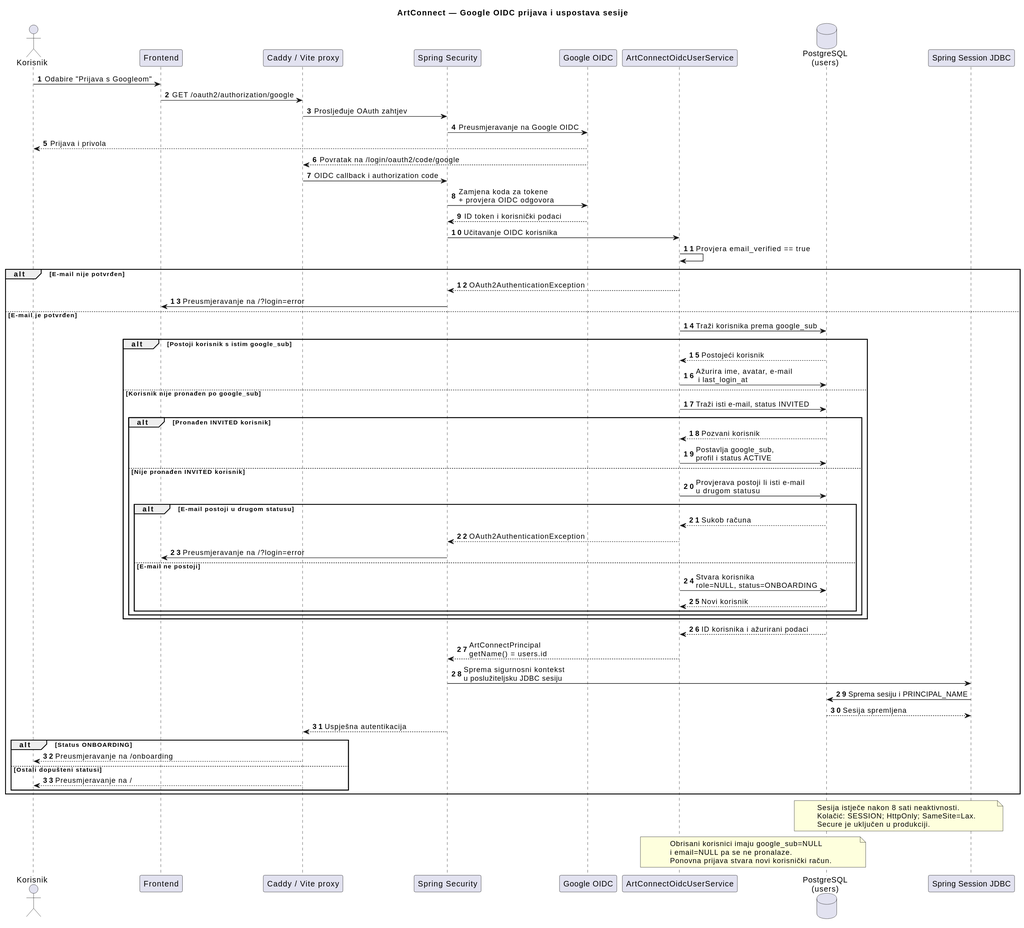
The PlantUML diagram docs/assets/diagrams/4-4-artconnect-google-login-SD.svg in LD05-fk/Strumfovi, before a commit. The source it was exported from:
```plantuml
@startuml
title ArtConnect — Google OIDC prijava i uspostava sesije

autonumber

actor "Korisnik" as User
participant "Frontend" as FE
participant "Caddy / Vite proxy" as Proxy
participant "Spring Security" as Security
participant "Google OIDC" as Google
participant "ArtConnectOidcUserService" as OidcService
database "PostgreSQL\n(users)" as DB
participant "Spring Session JDBC" as Session

User -> FE: Odabire "Prijava s Googleom"
FE -> Proxy: GET /oauth2/authorization/google
Proxy -> Security: Prosljeđuje OAuth zahtjev
Security -> Google: Preusmjeravanje na Google OIDC
Google --> User: Prijava i privola
Google --> Proxy: Povratak na /login/oauth2/code/google
Proxy -> Security: OIDC callback i authorization code
Security -> Google: Zamjena koda za tokene\n+ provjera OIDC odgovora
Google --> Security: ID token i korisnički podaci
Security -> OidcService: Učitavanje OIDC korisnika

OidcService -> OidcService: Provjera email_verified == true

alt E-mail nije potvrđen
    OidcService --> Security: OAuth2AuthenticationException
    Security -> FE: Preusmjeravanje na /?login=error
else E-mail je potvrđen
    OidcService -> DB: Traži korisnika prema google_sub
    alt Postoji korisnik s istim google_sub
        DB --> OidcService: Postojeći korisnik
        OidcService -> DB: Ažurira ime, avatar, e-mail\n i last_login_at
    else Korisnik nije pronađen po google_sub
        OidcService -> DB: Traži isti e-mail, status INVITED
        alt Pronađen INVITED korisnik
            DB --> OidcService: Pozvani korisnik
            OidcService -> DB: Postavlja google_sub,\nprofil i status ACTIVE
        else Nije pronađen INVITED korisnik
            OidcService -> DB: Provjerava postoji li isti e-mail\nu drugom statusu
            alt E-mail postoji u drugom statusu
                DB --> OidcService: Sukob računa
                OidcService --> Security: OAuth2AuthenticationException
                Security -> FE: Preusmjeravanje na /?login=error
            else E-mail ne postoji
                OidcService -> DB: Stvara korisnika\nrole=NULL, status=ONBOARDING
                DB --> OidcService: Novi korisnik
            end
        end
    end

    DB --> OidcService: ID korisnika i ažurirani podaci
    OidcService --> Security: ArtConnectPrincipal\ngetName() = users.id
    Security -> Session: Sprema sigurnosni kontekst\nu poslužiteljsku JDBC sesiju
    Session -> DB: Sprema sesiju i PRINCIPAL_NAME
    DB --> Session: Sesija spremljena
    Security --> Proxy: Uspješna autentikacija
    alt Status ONBOARDING
        Proxy --> User: Preusmjeravanje na /onboarding
    else Ostali dopušteni statusi
        Proxy --> User: Preusmjeravanje na /
    end
end

note over Session,DB
Sesija istječe nakon 8 sati neaktivnosti.
Kolačić: SESSION; HttpOnly; SameSite=Lax.
Secure je uključen u produkciji.
end note

note over OidcService,DB
Obrisani korisnici imaju google_sub=NULL
i email=NULL pa se ne pronalaze.
Ponovna prijava stvara novi korisnički račun.
end note
@enduml
```
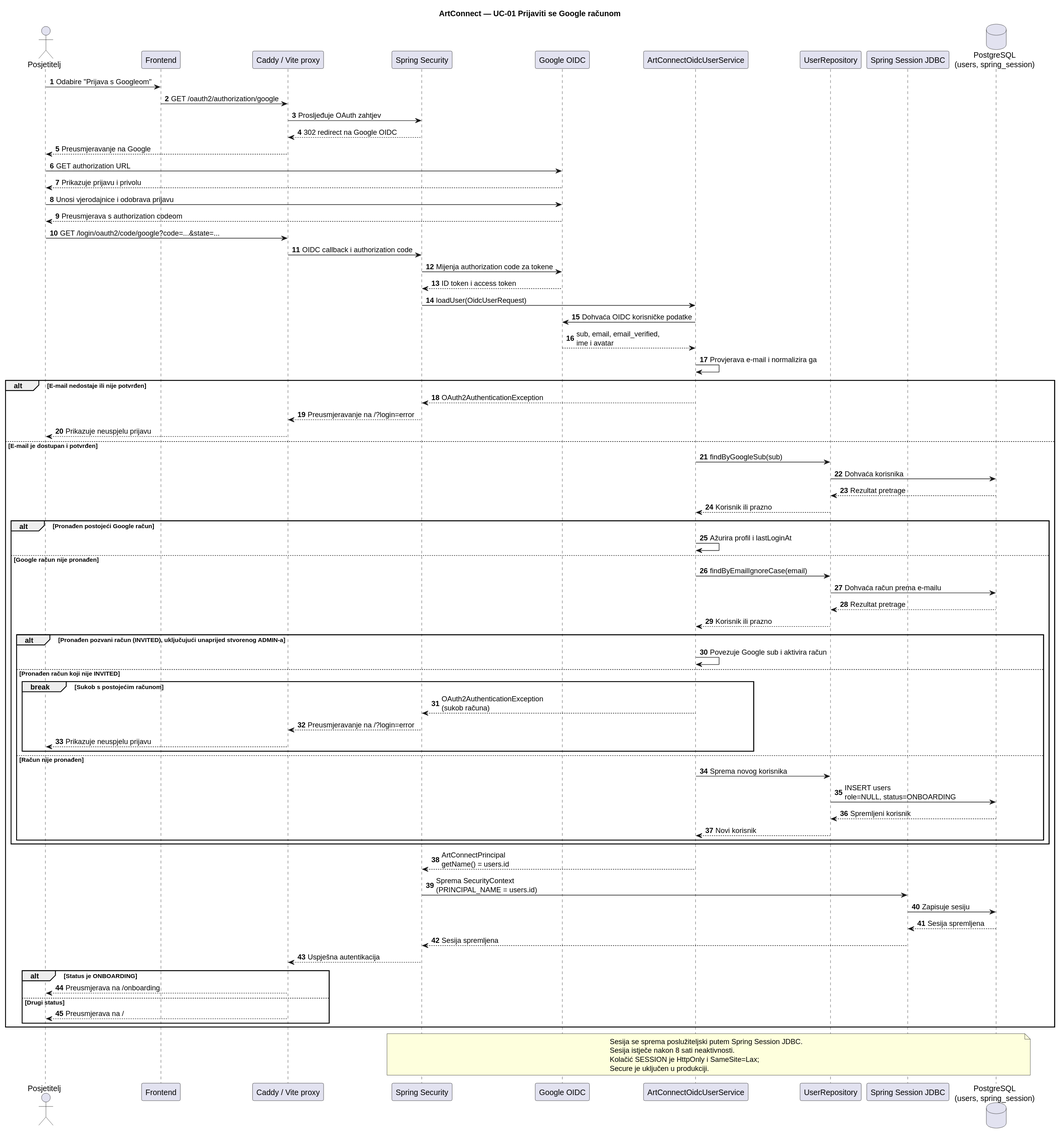
After the change.

Change to the diagram source:
```diff
@@ -1,78 +1,87 @@
 @startuml
-title ArtConnect — Google OIDC prijava i uspostava sesije
+title ArtConnect — UC-01 Prijaviti se Google računom
 
 autonumber
 
-actor "Korisnik" as User
+actor "Posjetitelj" as User
 participant "Frontend" as FE
 participant "Caddy / Vite proxy" as Proxy
 participant "Spring Security" as Security
 participant "Google OIDC" as Google
 participant "ArtConnectOidcUserService" as OidcService
-database "PostgreSQL\n(users)" as DB
+participant "UserRepository" as UserRepository
 participant "Spring Session JDBC" as Session
+database "PostgreSQL\n(users, spring_session)" as DB
 
 User -> FE: Odabire "Prijava s Googleom"
 FE -> Proxy: GET /oauth2/authorization/google
 Proxy -> Security: Prosljeđuje OAuth zahtjev
-Security -> Google: Preusmjeravanje na Google OIDC
-Google --> User: Prijava i privola
-Google --> Proxy: Povratak na /login/oauth2/code/google
+Security --> Proxy: 302 redirect na Google OIDC
+Proxy --> User: Preusmjeravanje na Google
+User -> Google: GET authorization URL
+Google --> User: Prikazuje prijavu i privolu
+User -> Google: Unosi vjerodajnice i odobrava prijavu
+Google --> User: Preusmjerava s authorization codeom
+User -> Proxy: GET /login/oauth2/code/google?code=...&state=...
 Proxy -> Security: OIDC callback i authorization code
-Security -> Google: Zamjena koda za tokene\n+ provjera OIDC odgovora
-Google --> Security: ID token i korisnički podaci
-Security -> OidcService: Učitavanje OIDC korisnika
+Security -> Google: Mijenja authorization code za tokene
+Google --> Security: ID token i access token
+Security -> OidcService: loadUser(OidcUserRequest)
+OidcService -> Google: Dohvaća OIDC korisničke podatke
+Google --> OidcService: sub, email, email_verified,\nime i avatar
 
-OidcService -> OidcService: Provjera email_verified == true
+OidcService -> OidcService: Provjerava e-mail i normalizira ga
+alt E-mail nedostaje ili nije potvrđen
+    OidcService --> Security: OAuth2AuthenticationException
+    Security --> Proxy: Preusmjeravanje na /?login=error
+    Proxy --> User: Prikazuje neuspjelu prijavu
+else E-mail je dostupan i potvrđen
+    OidcService -> UserRepository: findByGoogleSub(sub)
+    UserRepository -> DB: Dohvaća korisnika
+    DB --> UserRepository: Rezultat pretrage
+    UserRepository --> OidcService: Korisnik ili prazno
 
-alt E-mail nije potvrđen
-    OidcService --> Security: OAuth2AuthenticationException
-    Security -> FE: Preusmjeravanje na /?login=error
-else E-mail je potvrđen
-    OidcService -> DB: Traži korisnika prema google_sub
-    alt Postoji korisnik s istim google_sub
-        DB --> OidcService: Postojeći korisnik
-        OidcService -> DB: Ažurira ime, avatar, e-mail\n i last_login_at
-    else Korisnik nije pronađen po google_sub
-        OidcService -> DB: Traži isti e-mail, status INVITED
-        alt Pronađen INVITED korisnik
-            DB --> OidcService: Pozvani korisnik
-            OidcService -> DB: Postavlja google_sub,\nprofil i status ACTIVE
-        else Nije pronađen INVITED korisnik
-            OidcService -> DB: Provjerava postoji li isti e-mail\nu drugom statusu
-            alt E-mail postoji u drugom statusu
-                DB --> OidcService: Sukob računa
-                OidcService --> Security: OAuth2AuthenticationException
-                Security -> FE: Preusmjeravanje na /?login=error
-            else E-mail ne postoji
-                OidcService -> DB: Stvara korisnika\nrole=NULL, status=ONBOARDING
-                DB --> OidcService: Novi korisnik
+    alt Pronađen postojeći Google račun
+        OidcService -> OidcService: Ažurira profil i lastLoginAt
+    else Google račun nije pronađen
+        OidcService -> UserRepository: findByEmailIgnoreCase(email)
+        UserRepository -> DB: Dohvaća račun prema e-mailu
+        DB --> UserRepository: Rezultat pretrage
+        UserRepository --> OidcService: Korisnik ili prazno
+
+        alt Pronađen pozvani račun (INVITED), uključujući unaprijed stvorenog ADMIN-a
+            OidcService -> OidcService: Povezuje Google sub i aktivira račun
+        else Pronađen račun koji nije INVITED
+            break Sukob s postojećim računom
+            OidcService --> Security: OAuth2AuthenticationException\n(sukob računa)
+            Security --> Proxy: Preusmjeravanje na /?login=error
+            Proxy --> User: Prikazuje neuspjelu prijavu
             end
+        else Račun nije pronađen
+            OidcService -> UserRepository: Sprema novog korisnika
+            UserRepository -> DB: INSERT users\nrole=NULL, status=ONBOARDING
+            DB --> UserRepository: Spremljeni korisnik
+            UserRepository --> OidcService: Novi korisnik
         end
     end
 
-    DB --> OidcService: ID korisnika i ažurirani podaci
     OidcService --> Security: ArtConnectPrincipal\ngetName() = users.id
-    Security -> Session: Sprema sigurnosni kontekst\nu poslužiteljsku JDBC sesiju
-    Session -> DB: Sprema sesiju i PRINCIPAL_NAME
+    Security -> Session: Sprema SecurityContext\n(PRINCIPAL_NAME = users.id)
+    Session -> DB: Zapisuje sesiju
     DB --> Session: Sesija spremljena
+    Session --> Security: Sesija spremljena
     Security --> Proxy: Uspješna autentikacija
-    alt Status ONBOARDING
-        Proxy --> User: Preusmjeravanje na /onboarding
-    else Ostali dopušteni statusi
-        Proxy --> User: Preusmjeravanje na /
+    alt Status je ONBOARDING
+        Proxy --> User: Preusmjerava na /onboarding
+    else Drugi status
+        Proxy --> User: Preusmjerava na /
     end
 end
 
-note over Session,DB
+note over Security,DB
+Sesija se sprema poslužiteljski putem Spring Session JDBC.
 Sesija istječe nakon 8 sati neaktivnosti.
-Kolačić: SESSION; HttpOnly; SameSite=Lax.
+Kolačić SESSION je HttpOnly i SameSite=Lax;
 Secure je uključen u produkciji.
 end note
-
-note over OidcService,DB
-Obrisani korisnici imaju google_sub=NULL
-i email=NULL pa se ne pronalaze.
-Ponovna prijava stvara novi korisnički račun.
-end note
 @enduml
```
